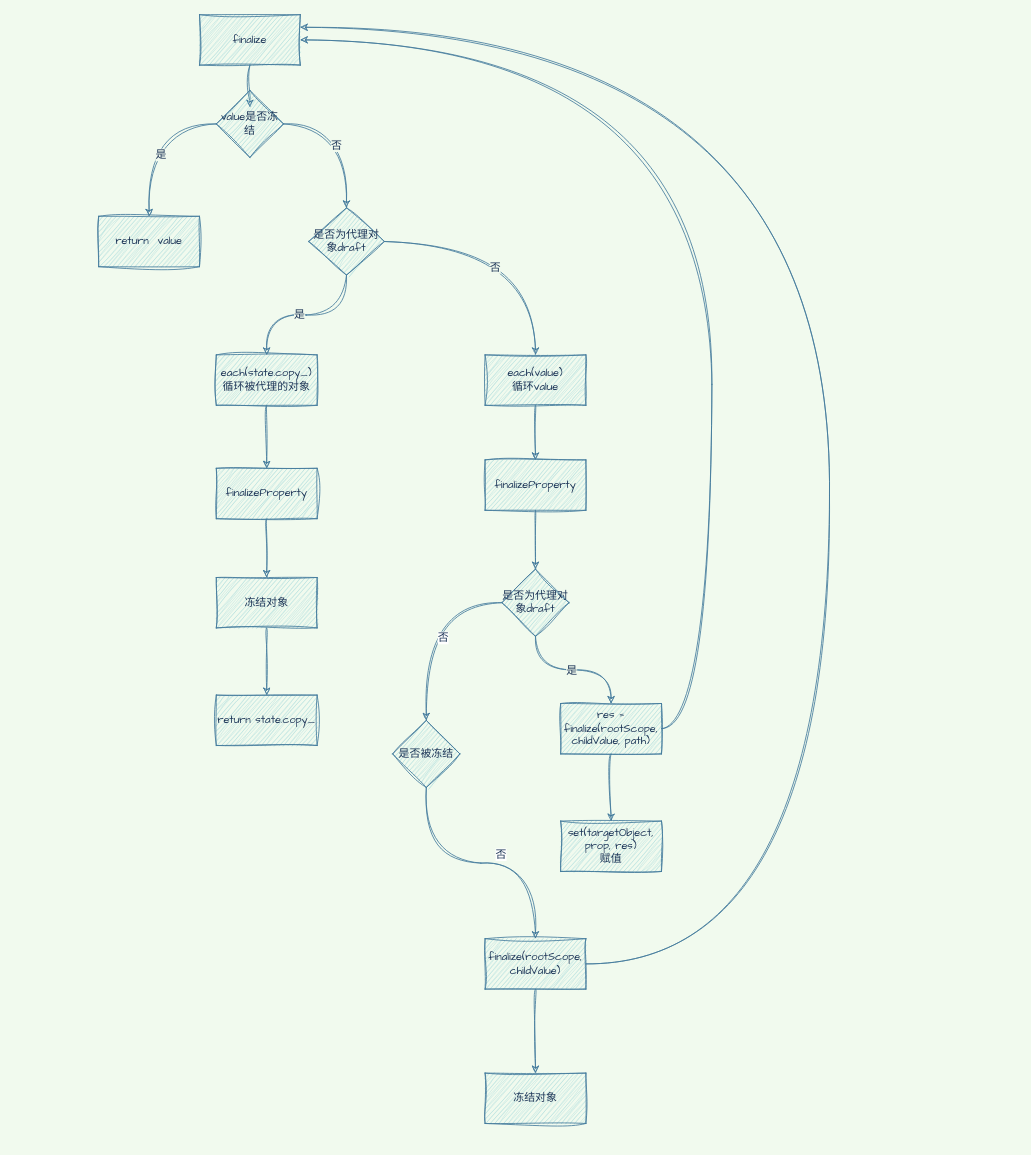
This is Immer.drawio from YMBo/DRAWIO, a draw.io file, before an edit. Source tidied: cells renumbered, new cells numbered last; positions are measured from the earlier drawing's top-left corner, leaving out a move shared by most shapes. Both pictures are drawn from the tidied source at 84%, with x=0, y=0 at pixel (98, 14).
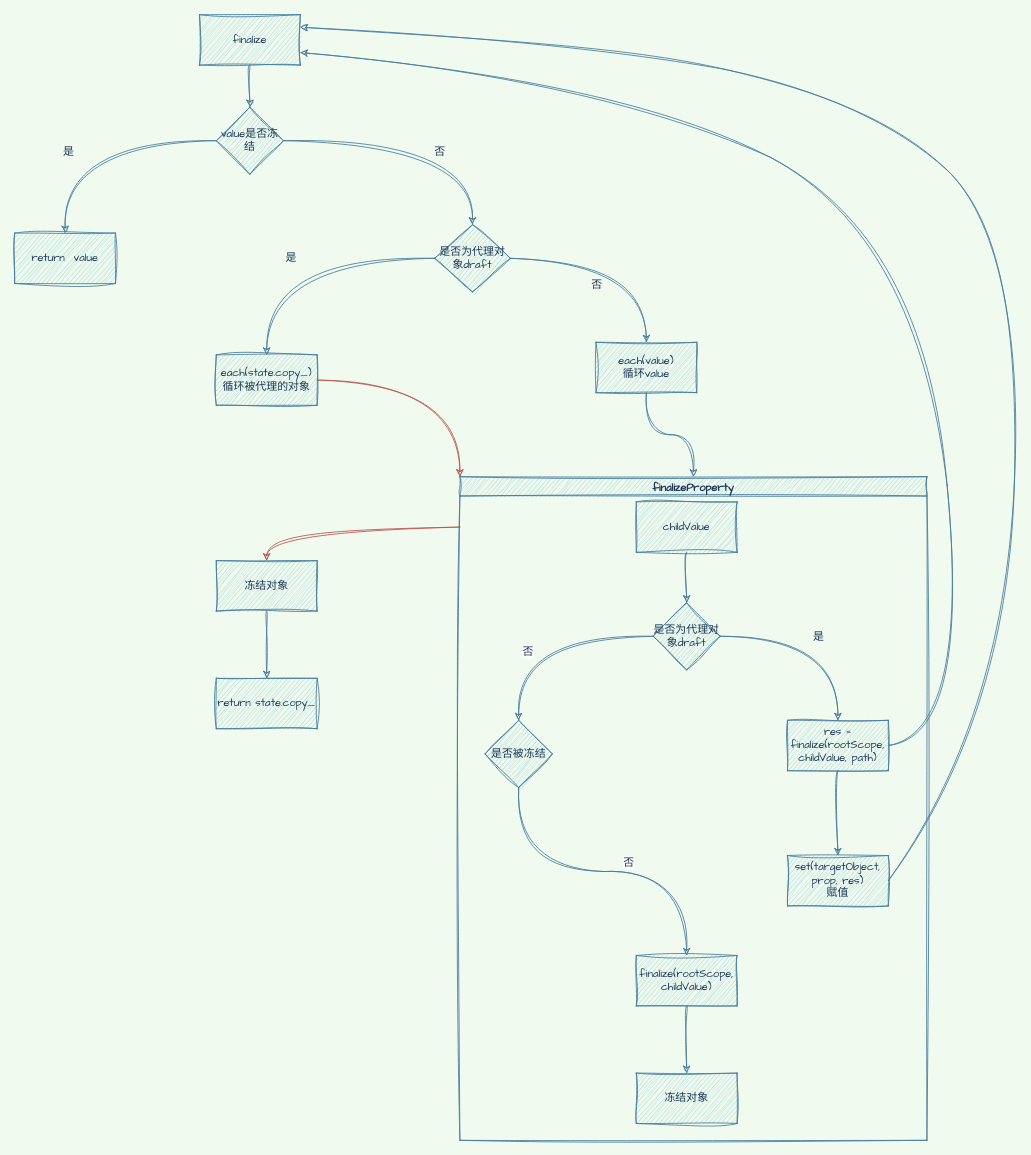
After the change.

Unchanged cells that the change refers to:
```xml
<mxCell id="3" value="finalize" style="rounded=0;whiteSpace=wrap;html=1;hachureGap=4;jiggle=2;fontFamily=Architects Daughter;fontSize=13;sketch=1;fillColor=#A8DADC;strokeColor=#457B9D;fontColor=#1D3557;" parent="1" vertex="1">
  <mxGeometry x="120" width="120" height="60" as="geometry" />
</mxCell>
<mxCell id="18" value="each(state.copy_)&lt;br&gt;循环被代理的对象" style="whiteSpace=wrap;html=1;fontSize=13;fontFamily=Architects Daughter;fillColor=#A8DADC;strokeColor=#457B9D;fontColor=#1D3557;sketch=1;hachureGap=4;jiggle=2;" parent="1" vertex="1">
  <mxGeometry x="140" y="405" width="120" height="60" as="geometry" />
</mxCell>
```

What changed in the source:
```diff
@@
-    <mxCell id="2" style="edgeStyle=orthogonalEdgeStyle;rounded=0;hachureGap=4;jiggle=2;jettySize=auto;html=1;strokeColor=#457B9D;fontFamily=Architects Daughter;fontSize=13;fontColor=#1D3557;fillColor=#A8DADC;sketch=1;labelBackgroundColor=#F1FAEE;curved=1;" parent="1" edge="1" source="3">
-      <mxGeometry relative="1" as="geometry">
-        <mxPoint x="180" y="110" as="targetPoint" />
-      </mxGeometry>
-    </mxCell>
+    <mxCell id="42" style="edgeStyle=orthogonalEdgeStyle;curved=1;rounded=0;sketch=1;hachureGap=4;jiggle=2;jettySize=auto;html=1;entryX=0.5;entryY=0;entryDx=0;entryDy=0;strokeColor=#457B9D;fontFamily=Architects Daughter;fontSize=13;fontColor=#1D3557;fillColor=#A8DADC;" parent="1" edge="1" source="3" target="8">
+      <mxGeometry relative="1" as="geometry" />
+    </mxCell>
@@
     <mxCell id="8" value="value是否冻结" style="rhombus;whiteSpace=wrap;html=1;hachureGap=4;jiggle=2;strokeColor=#457B9D;fontFamily=Architects Daughter;fontSize=13;fontColor=#1D3557;fillColor=#A8DADC;rounded=0;sketch=1;" parent="1" vertex="1">
-      <mxGeometry x="140" y="90" width="80" height="80" as="geometry" />
+      <mxGeometry x="140" y="110" width="80" height="80" as="geometry" />
     </mxCell>
     <mxCell id="9" value="return&amp;nbsp; value" style="whiteSpace=wrap;html=1;fontSize=13;fontFamily=Architects Daughter;fillColor=#A8DADC;strokeColor=#457B9D;fontColor=#1D3557;hachureGap=4;jiggle=2;rounded=0;sketch=1;" parent="1" vertex="1">
-      <mxGeometry y="240" width="120" height="60" as="geometry" />
+      <mxGeometry x="-100" y="260" width="120" height="60" as="geometry" />
     </mxCell>
@@
     <mxCell id="14" value="是否为代理对象draft" style="rhombus;whiteSpace=wrap;html=1;sketch=1;hachureGap=4;jiggle=2;fontFamily=Architects Daughter;fontSize=13;fillColor=#A8DADC;strokeColor=#457B9D;fontColor=#1D3557;" parent="1" vertex="1">
-      <mxGeometry x="250" y="230" width="90" height="80" as="geometry" />
+      <mxGeometry x="400" y="250" width="90" height="80" as="geometry" />
     </mxCell>
-    <mxCell id="15" style="edgeStyle=orthogonalEdgeStyle;rounded=0;jettySize=auto;html=1;fontSize=13;labelBackgroundColor=#F1FAEE;strokeColor=#457B9D;fontColor=#1D3557;sketch=1;curved=1;" parent="1" edge="1" source="16" target="20">
-      <mxGeometry relative="1" as="geometry" />
-    </mxCell>
+    <mxCell id="43" style="edgeStyle=orthogonalEdgeStyle;curved=1;rounded=0;sketch=1;hachureGap=4;jiggle=2;jettySize=auto;html=1;strokeColor=#457B9D;fontFamily=Architects Daughter;fontSize=13;fontColor=#1D3557;fillColor=#A8DADC;" parent="1" edge="1" source="16" target="44">
+      <mxGeometry relative="1" as="geometry" />
+    </mxCell>
     <mxCell id="16" value="each(value)&lt;br style=&quot;font-size: 13px;&quot;&gt;循环value" style="whiteSpace=wrap;html=1;fontSize=13;fontFamily=Architects Daughter;fillColor=#A8DADC;strokeColor=#457B9D;fontColor=#1D3557;sketch=1;hachureGap=4;jiggle=2;" parent="1" vertex="1">
-      <mxGeometry x="460" y="405" width="120" height="60" as="geometry" />
+      <mxGeometry x="592" y="390" width="120" height="60" as="geometry" />
     </mxCell>
-    <mxCell id="17" style="edgeStyle=orthogonalEdgeStyle;curved=1;rounded=0;sketch=1;hachureGap=4;jiggle=2;jettySize=auto;html=1;strokeColor=#457B9D;fontFamily=Architects Daughter;fontSize=13;fontColor=#1D3557;fillColor=#A8DADC;" parent="1" edge="1" source="18" target="38">
+    <mxCell id="17" style="edgeStyle=orthogonalEdgeStyle;curved=1;rounded=0;sketch=1;hachureGap=4;jiggle=2;jettySize=auto;html=1;strokeColor=#b85450;fontFamily=Architects Daughter;fontSize=13;fontColor=#1D3557;fillColor=#f8cecc;entryX=0;entryY=0;entryDx=0;entryDy=0;" parent="1" edge="1" source="18" target="44">
       <mxGeometry relative="1" as="geometry" />
     </mxCell>
@@
-    <mxCell id="19" style="edgeStyle=orthogonalEdgeStyle;rounded=0;jettySize=auto;html=1;fontSize=13;labelBackgroundColor=#F1FAEE;strokeColor=#457B9D;fontColor=#1D3557;sketch=1;curved=1;" parent="1" edge="1" source="20" target="25">
-      <mxGeometry relative="1" as="geometry" />
-    </mxCell>
-    <mxCell id="20" value="finalizeProperty" style="whiteSpace=wrap;html=1;fontSize=13;fontFamily=Architects Daughter;sketch=1;hachureGap=4;jiggle=2;fillColor=#A8DADC;strokeColor=#457B9D;fontColor=#1D3557;" parent="1" vertex="1">
-      <mxGeometry x="460" y="530" width="120" height="60" as="geometry" />
-    </mxCell>
-    <mxCell id="21" style="edgeStyle=orthogonalEdgeStyle;rounded=0;jettySize=auto;html=1;strokeColor=#457B9D;fontColor=#1D3557;fillColor=#A8DADC;sketch=1;labelBackgroundColor=#F1FAEE;fontSize=13;curved=1;" parent="1" edge="1" source="25" target="28">
-      <mxGeometry relative="1" as="geometry" />
-    </mxCell>
-    <mxCell id="22" value="是" style="edgeLabel;html=1;align=center;verticalAlign=middle;fontColor=#1D3557;sketch=1;labelBackgroundColor=#F1FAEE;fontSize=13;" parent="21" vertex="1">
-      <mxGeometry x="-0.03" y="1" relative="1" as="geometry" />
-    </mxCell>
-    <mxCell id="23" style="edgeStyle=orthogonalEdgeStyle;curved=1;rounded=0;sketch=1;hachureGap=4;jiggle=2;jettySize=auto;html=1;entryX=0.5;entryY=0;entryDx=0;entryDy=0;strokeColor=#457B9D;fontFamily=Architects Daughter;fontSize=13;fontColor=#1D3557;fillColor=#A8DADC;" parent="1" edge="1" source="25" target="32">
-      <mxGeometry relative="1" as="geometry" />
-    </mxCell>
-    <mxCell id="24" value="否" style="edgeLabel;html=1;align=center;verticalAlign=middle;fontSize=13;fontFamily=Architects Daughter;fontColor=#1D3557;" parent="23" vertex="1">
-      <mxGeometry x="0.15" y="19" relative="1" as="geometry">
-        <mxPoint y="-1" as="offset" />
-      </mxGeometry>
-    </mxCell>
-    <mxCell id="25" value="&lt;span style=&quot;color: rgb(29, 53, 87); font-size: 13px;&quot;&gt;是否为代理对象draft&lt;/span&gt;" style="rhombus;whiteSpace=wrap;html=1;fontSize=13;fontFamily=Architects Daughter;sketch=1;hachureGap=4;jiggle=2;fillColor=#A8DADC;strokeColor=#457B9D;fontColor=#1D3557;" parent="1" vertex="1">
-      <mxGeometry x="480" y="660" width="80" height="80" as="geometry" />
-    </mxCell>
-    <mxCell id="26" style="edgeStyle=orthogonalEdgeStyle;rounded=0;sketch=1;hachureGap=4;jiggle=2;jettySize=auto;html=1;entryX=1;entryY=0.5;entryDx=0;entryDy=0;fontFamily=Architects Daughter;fontSize=13;labelBackgroundColor=#F1FAEE;strokeColor=#457B9D;fontColor=#1D3557;curved=1;" parent="1" edge="1" source="28" target="3">
-      <mxGeometry relative="1" as="geometry">
-        <Array as="points">
-          <mxPoint x="730" y="850" />
-          <mxPoint x="730" y="30" />
-        </Array>
-      </mxGeometry>
-    </mxCell>
-    <mxCell id="27" style="edgeStyle=orthogonalEdgeStyle;rounded=0;sketch=1;hachureGap=4;jiggle=2;jettySize=auto;html=1;fontFamily=Architects Daughter;fontSize=13;labelBackgroundColor=#F1FAEE;strokeColor=#457B9D;fontColor=#1D3557;curved=1;" parent="1" edge="1" source="28" target="29">
-      <mxGeometry relative="1" as="geometry" />
-    </mxCell>
-    <mxCell id="28" value="res = finalize(rootScope, childValue, path)" style="whiteSpace=wrap;html=1;fontFamily=Architects Daughter;fillColor=#A8DADC;strokeColor=#457B9D;fontColor=#1D3557;sketch=1;hachureGap=4;jiggle=2;fontSize=13;" parent="1" vertex="1">
-      <mxGeometry x="550" y="820" width="120" height="60" as="geometry" />
-    </mxCell>
-    <mxCell id="29" value="set(targetObject, prop, res)&lt;br&gt;赋值" style="whiteSpace=wrap;html=1;fontFamily=Architects Daughter;fillColor=#A8DADC;strokeColor=#457B9D;fontColor=#1D3557;sketch=1;hachureGap=4;jiggle=2;fontSize=13;" parent="1" vertex="1">
-      <mxGeometry x="550" y="960" width="120" height="60" as="geometry" />
-    </mxCell>
-    <mxCell id="30" style="edgeStyle=orthogonalEdgeStyle;curved=1;rounded=0;sketch=1;hachureGap=4;jiggle=2;jettySize=auto;html=1;strokeColor=#457B9D;fontFamily=Architects Daughter;fontSize=13;fontColor=#1D3557;fillColor=#A8DADC;exitX=0.5;exitY=1;exitDx=0;exitDy=0;" parent="1" edge="1" source="32" target="36">
-      <mxGeometry relative="1" as="geometry" />
-    </mxCell>
-    <mxCell id="31" value="否" style="edgeLabel;html=1;align=center;verticalAlign=middle;fontSize=13;fontFamily=Architects Daughter;fontColor=#1D3557;" parent="30" vertex="1">
-      <mxGeometry x="0.15" y="10" relative="1" as="geometry">
-        <mxPoint y="-1" as="offset" />
-      </mxGeometry>
-    </mxCell>
-    <mxCell id="32" value="是否被冻结" style="rhombus;whiteSpace=wrap;html=1;sketch=1;hachureGap=4;jiggle=2;strokeColor=#457B9D;fontFamily=Architects Daughter;fontSize=13;fontColor=#1D3557;fillColor=#A8DADC;" parent="1" vertex="1">
-      <mxGeometry x="350" y="840" width="80" height="80" as="geometry" />
-    </mxCell>
-    <mxCell id="33" value="冻结对象" style="whiteSpace=wrap;html=1;fontSize=13;fontFamily=Architects Daughter;fillColor=#A8DADC;strokeColor=#457B9D;fontColor=#1D3557;sketch=1;hachureGap=4;jiggle=2;" parent="1" vertex="1">
-      <mxGeometry x="460" y="1260" width="120" height="60" as="geometry" />
-    </mxCell>
-    <mxCell id="34" style="edgeStyle=orthogonalEdgeStyle;curved=1;rounded=0;sketch=1;hachureGap=4;jiggle=2;jettySize=auto;html=1;strokeColor=#457B9D;fontFamily=Architects Daughter;fontSize=13;fontColor=#1D3557;fillColor=#A8DADC;entryX=1;entryY=0.25;entryDx=0;entryDy=0;" parent="1" edge="1" source="36" target="3">
-      <mxGeometry relative="1" as="geometry">
-        <Array as="points">
-          <mxPoint x="870" y="1130" />
-          <mxPoint x="870" y="15" />
-        </Array>
-      </mxGeometry>
-    </mxCell>
-    <mxCell id="35" style="edgeStyle=orthogonalEdgeStyle;curved=1;rounded=0;sketch=1;hachureGap=4;jiggle=2;jettySize=auto;html=1;entryX=0.5;entryY=0;entryDx=0;entryDy=0;strokeColor=#457B9D;fontFamily=Architects Daughter;fontSize=13;fontColor=#1D3557;fillColor=#A8DADC;" parent="1" edge="1" source="36" target="33">
-      <mxGeometry relative="1" as="geometry" />
-    </mxCell>
-    <mxCell id="36" value="finalize(rootScope, childValue)" style="whiteSpace=wrap;html=1;fontSize=13;fontFamily=Architects Daughter;fillColor=#A8DADC;strokeColor=#457B9D;fontColor=#1D3557;sketch=1;hachureGap=4;jiggle=2;" parent="1" vertex="1">
-      <mxGeometry x="460" y="1100" width="120" height="60" as="geometry" />
-    </mxCell>
-    <mxCell id="37" style="edgeStyle=orthogonalEdgeStyle;curved=1;rounded=0;sketch=1;hachureGap=4;jiggle=2;jettySize=auto;html=1;strokeColor=#457B9D;fontFamily=Architects Daughter;fontSize=13;fontColor=#1D3557;fillColor=#A8DADC;" parent="1" edge="1" source="38" target="40">
-      <mxGeometry relative="1" as="geometry" />
+    <mxCell id="37" style="edgeStyle=orthogonalEdgeStyle;curved=1;rounded=0;sketch=1;hachureGap=4;jiggle=2;jettySize=auto;html=1;strokeColor=#b85450;fontFamily=Architects Daughter;fontSize=13;fontColor=#1D3557;fillColor=#f8cecc;" parent="1" edge="1" target="40">
+      <mxGeometry relative="1" as="geometry">
+        <mxPoint x="430" y="610" as="sourcePoint" />
+      </mxGeometry>
     </mxCell>
-    <mxCell id="38" value="finalizeProperty" style="whiteSpace=wrap;html=1;fontSize=13;fontFamily=Architects Daughter;sketch=1;hachureGap=4;jiggle=2;fillColor=#A8DADC;strokeColor=#457B9D;fontColor=#1D3557;" parent="1" vertex="1">
-      <mxGeometry x="140" y="540" width="120" height="60" as="geometry" />
-    </mxCell>
@@
     <mxCell id="40" value="冻结对象" style="whiteSpace=wrap;html=1;fontSize=13;fontFamily=Architects Daughter;fillColor=#A8DADC;strokeColor=#457B9D;fontColor=#1D3557;sketch=1;hachureGap=4;jiggle=2;" parent="1" vertex="1">
-      <mxGeometry x="140" y="670" width="120" height="60" as="geometry" />
+      <mxGeometry x="140" y="650" width="120" height="60" as="geometry" />
     </mxCell>
     <mxCell id="41" value="return state.copy_" style="whiteSpace=wrap;html=1;fontSize=13;fontFamily=Architects Daughter;fillColor=#A8DADC;strokeColor=#457B9D;fontColor=#1D3557;sketch=1;hachureGap=4;jiggle=2;" parent="1" vertex="1">
-      <mxGeometry x="140" y="810" width="120" height="60" as="geometry" />
+      <mxGeometry x="140" y="790" width="120" height="60" as="geometry" />
     </mxCell>
+    <mxCell id="44" value="finalizeProperty" style="swimlane;sketch=1;hachureGap=4;jiggle=2;strokeColor=#457B9D;fontFamily=Architects Daughter;fontSize=13;fontColor=#1D3557;fillColor=#A8DADC;" parent="1" vertex="1">
+      <mxGeometry x="430" y="550" width="556" height="790" as="geometry" />
+    </mxCell>
+    <mxCell id="25" value="&lt;span style=&quot;color: rgb(29, 53, 87); font-size: 13px;&quot;&gt;是否为代理对象draft&lt;/span&gt;" style="rhombus;whiteSpace=wrap;html=1;fontSize=13;fontFamily=Architects Daughter;sketch=1;hachureGap=4;jiggle=2;fillColor=#A8DADC;strokeColor=#457B9D;fontColor=#1D3557;" parent="44" vertex="1">
+      <mxGeometry x="230" y="150" width="80" height="80" as="geometry" />
+    </mxCell>
+    <mxCell id="28" value="res = finalize(rootScope, childValue, path)" style="whiteSpace=wrap;html=1;fontFamily=Architects Daughter;fillColor=#A8DADC;strokeColor=#457B9D;fontColor=#1D3557;sketch=1;hachureGap=4;jiggle=2;fontSize=13;" parent="44" vertex="1">
+      <mxGeometry x="390" y="290" width="120" height="60" as="geometry" />
+    </mxCell>
+    <mxCell id="21" style="edgeStyle=orthogonalEdgeStyle;rounded=0;jettySize=auto;html=1;strokeColor=#457B9D;fontColor=#1D3557;fillColor=#A8DADC;sketch=1;labelBackgroundColor=#F1FAEE;fontSize=13;curved=1;" parent="44" edge="1" source="25" target="28">
+      <mxGeometry relative="1" as="geometry" />
+    </mxCell>
+    <mxCell id="22" value="是" style="edgeLabel;html=1;align=center;verticalAlign=middle;fontColor=#1D3557;sketch=1;labelBackgroundColor=#F1FAEE;fontSize=13;" parent="21" vertex="1">
+      <mxGeometry x="-0.03" y="1" relative="1" as="geometry" />
+    </mxCell>
+    <mxCell id="29" value="set(targetObject, prop, res)&lt;br&gt;赋值" style="whiteSpace=wrap;html=1;fontFamily=Architects Daughter;fillColor=#A8DADC;strokeColor=#457B9D;fontColor=#1D3557;sketch=1;hachureGap=4;jiggle=2;fontSize=13;" parent="44" vertex="1">
+      <mxGeometry x="390" y="451" width="120" height="60" as="geometry" />
+    </mxCell>
+    <mxCell id="27" style="edgeStyle=orthogonalEdgeStyle;rounded=0;sketch=1;hachureGap=4;jiggle=2;jettySize=auto;html=1;fontFamily=Architects Daughter;fontSize=13;labelBackgroundColor=#F1FAEE;strokeColor=#457B9D;fontColor=#1D3557;curved=1;" parent="44" edge="1" source="28" target="29">
+      <mxGeometry relative="1" as="geometry" />
+    </mxCell>
+    <mxCell id="32" value="是否被冻结" style="rhombus;whiteSpace=wrap;html=1;sketch=1;hachureGap=4;jiggle=2;strokeColor=#457B9D;fontFamily=Architects Daughter;fontSize=13;fontColor=#1D3557;fillColor=#A8DADC;" parent="44" vertex="1">
+      <mxGeometry x="30" y="290" width="80" height="80" as="geometry" />
+    </mxCell>
+    <mxCell id="23" style="edgeStyle=orthogonalEdgeStyle;curved=1;rounded=0;sketch=1;hachureGap=4;jiggle=2;jettySize=auto;html=1;entryX=0.5;entryY=0;entryDx=0;entryDy=0;strokeColor=#457B9D;fontFamily=Architects Daughter;fontSize=13;fontColor=#1D3557;fillColor=#A8DADC;" parent="44" edge="1" source="25" target="32">
+      <mxGeometry relative="1" as="geometry" />
+    </mxCell>
+    <mxCell id="45" value="否" style="edgeLabel;html=1;align=center;verticalAlign=middle;fontSize=13;fontFamily=Architects Daughter;fontColor=#1D3557;" parent="23" vertex="1">
+      <mxGeometry x="0.15" y="19" relative="1" as="geometry">
+        <mxPoint y="-1" as="offset" />
+      </mxGeometry>
+    </mxCell>
+    <mxCell id="33" value="冻结对象" style="whiteSpace=wrap;html=1;fontSize=13;fontFamily=Architects Daughter;fillColor=#A8DADC;strokeColor=#457B9D;fontColor=#1D3557;sketch=1;hachureGap=4;jiggle=2;" parent="44" vertex="1">
+      <mxGeometry x="210" y="710" width="120" height="60" as="geometry" />
+    </mxCell>
+    <mxCell id="35" style="edgeStyle=orthogonalEdgeStyle;curved=1;rounded=0;sketch=1;hachureGap=4;jiggle=2;jettySize=auto;html=1;entryX=0.5;entryY=0;entryDx=0;entryDy=0;strokeColor=#457B9D;fontFamily=Architects Daughter;fontSize=13;fontColor=#1D3557;fillColor=#A8DADC;" parent="44" edge="1" source="36" target="33">
+      <mxGeometry relative="1" as="geometry" />
+    </mxCell>
+    <mxCell id="36" value="finalize(rootScope, childValue)" style="whiteSpace=wrap;html=1;fontSize=13;fontFamily=Architects Daughter;fillColor=#A8DADC;strokeColor=#457B9D;fontColor=#1D3557;sketch=1;hachureGap=4;jiggle=2;" parent="44" vertex="1">
+      <mxGeometry x="210" y="570" width="120" height="60" as="geometry" />
+    </mxCell>
+    <mxCell id="30" style="edgeStyle=orthogonalEdgeStyle;curved=1;rounded=0;sketch=1;hachureGap=4;jiggle=2;jettySize=auto;html=1;strokeColor=#457B9D;fontFamily=Architects Daughter;fontSize=13;fontColor=#1D3557;fillColor=#A8DADC;exitX=0.5;exitY=1;exitDx=0;exitDy=0;" parent="44" edge="1" source="32" target="36">
+      <mxGeometry relative="1" as="geometry" />
+    </mxCell>
+    <mxCell id="46" value="否" style="edgeLabel;html=1;align=center;verticalAlign=middle;fontSize=13;fontFamily=Architects Daughter;fontColor=#1D3557;" parent="30" vertex="1">
+      <mxGeometry x="0.15" y="10" relative="1" as="geometry">
+        <mxPoint y="-1" as="offset" />
+      </mxGeometry>
+    </mxCell>
+    <mxCell id="47" style="edgeStyle=orthogonalEdgeStyle;curved=1;rounded=0;sketch=1;hachureGap=4;jiggle=2;jettySize=auto;html=1;strokeColor=#457B9D;fontFamily=Architects Daughter;fontSize=13;fontColor=#1D3557;fillColor=#A8DADC;" parent="44" edge="1" source="48" target="25">
+      <mxGeometry relative="1" as="geometry" />
+    </mxCell>
+    <mxCell id="48" value="childValue" style="whiteSpace=wrap;html=1;fontSize=13;fontFamily=Architects Daughter;fillColor=#A8DADC;strokeColor=#457B9D;fontColor=#1D3557;sketch=1;hachureGap=4;jiggle=2;" parent="44" vertex="1">
+      <mxGeometry x="210" y="30" width="120" height="60" as="geometry" />
+    </mxCell>
+    <mxCell id="49" value="&lt;div style=&quot;background-color: rgb(30, 30, 30); line-height: 18px; font-size: 12px; font-family: Menlo, Monaco, &amp;quot;Courier New&amp;quot;, monospace; color: rgb(212, 212, 212);&quot;&gt;&lt;br&gt;&lt;/div&gt;" style="text;html=1;align=center;verticalAlign=middle;strokeColor=none;fillColor=none;fontSize=13;fontFamily=Architects Daughter;fontColor=#1D3557;sketch=1;hachureGap=4;jiggle=2;" parent="1" vertex="1">
+      <mxGeometry x="110" y="1095" width="20" height="30" as="geometry" />
+    </mxCell>
+    <mxCell id="26" style="endArrow=classic;html=1;rounded=0;sketch=1;hachureGap=4;jiggle=2;strokeColor=#457B9D;fontFamily=Architects Daughter;fontSize=13;fontColor=#1D3557;fillColor=#A8DADC;curved=1;entryX=1;entryY=0.75;entryDx=0;entryDy=0;exitX=1;exitY=0.5;exitDx=0;exitDy=0;" parent="1" edge="1" source="28" target="3">
+      <mxGeometry relative="1" as="geometry">
+        <Array as="points">
+          <mxPoint x="1040" y="860" />
+          <mxPoint x="980" y="260" />
+          <mxPoint x="620" y="80" />
+        </Array>
+      </mxGeometry>
+    </mxCell>
+    <mxCell id="50" style="endArrow=classic;html=1;rounded=0;sketch=1;hachureGap=4;jiggle=2;strokeColor=#457B9D;fontFamily=Architects Daughter;fontSize=13;fontColor=#1D3557;fillColor=#A8DADC;curved=1;entryX=1;entryY=0.25;entryDx=0;entryDy=0;exitX=1;exitY=0.5;exitDx=0;exitDy=0;" parent="1" edge="1" source="29" target="3">
+      <mxGeometry relative="1" as="geometry">
+        <Array as="points">
+          <mxPoint x="1080" y="850" />
+          <mxPoint x="1100" y="270" />
+          <mxPoint x="920" y="100" />
+          <mxPoint x="570" y="30" />
+        </Array>
+      </mxGeometry>
+    </mxCell>
```
